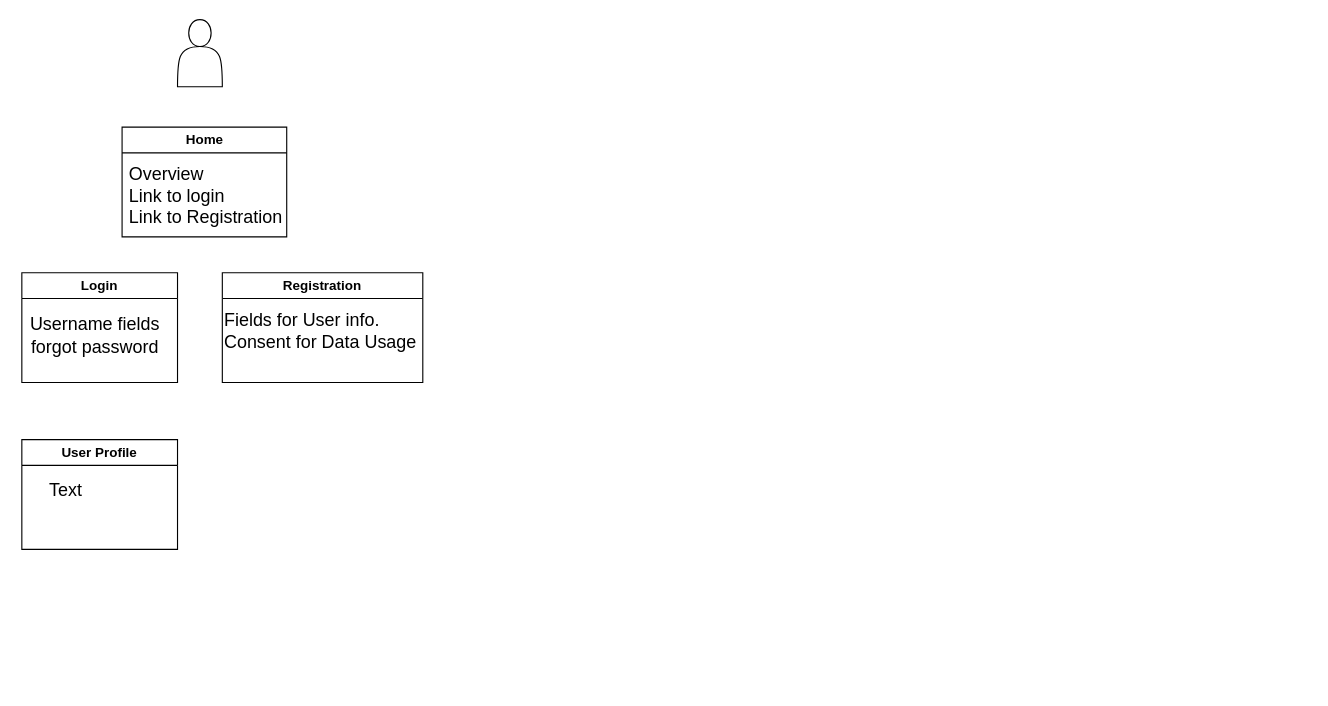
Above: Untitled Diagram.drawio in GabeDavisT/Algorithm_Practice (draw.io), before the change. Source tidied: cells renumbered, new cells numbered last; positions are measured from the earlier drawing's top-left corner, leaving out a move shared by most shapes. Both pictures are drawn from the tidied source at 112%, with x=0, y=0 at pixel (19, 19).
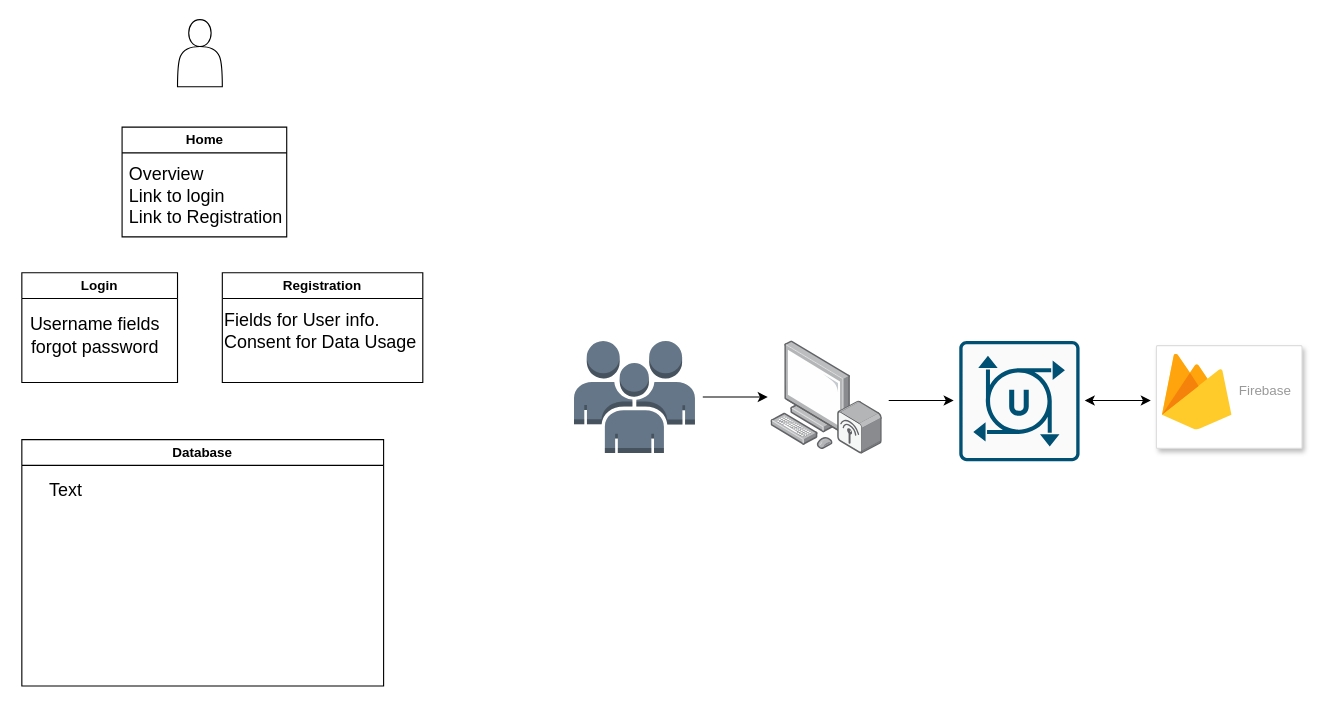
After the change.

Diff of the diagram source:
```diff
@@
-    <mxCell id="9" value="User Profile" style="swimlane;whiteSpace=wrap;html=1;" parent="1" vertex="1">
-      <mxGeometry x="2" y="375" width="139" height="98" as="geometry" />
+    <mxCell id="9" value="Database" style="swimlane;whiteSpace=wrap;html=1;" parent="1" vertex="1">
+      <mxGeometry x="2" y="375" width="323" height="220" as="geometry" />
     </mxCell>
@@
+    <mxCell id="11" style="image;html=1;align=center;shadow=0;dashed=0;image=img/lib/allied_telesis/computer_and_terminals/Personal_Computer_Wireless.svg;imageBackground=none;" parent="1" vertex="1">
+      <mxGeometry x="671" y="286.9" width="99.3" height="101.2" as="geometry" />
+    </mxCell>
+    <mxCell id="12" style="whiteSpace=wrap;html=1;sketch=0;verticalLabelPosition=bottom;verticalAlign=top;shape=mxgraph.cisco19.rect;prIcon=unity;fillColor=#FAFAFA;strokeColor=#005073;" parent="1" vertex="1">
+      <mxGeometry x="839" y="286.9" width="107.4" height="107.4" as="geometry" />
+    </mxCell>
+    <mxCell id="13" style="strokeColor=#dddddd;shadow=1;strokeWidth=1;rounded=1;absoluteArcSize=1;arcSize=2;" parent="1" vertex="1">
+      <mxGeometry x="1015" y="291.1" width="130" height="91.7" as="geometry" />
+    </mxCell>
+    <mxCell id="14" value="Firebase" style="sketch=0;dashed=0;html=1;fillColor=#5184F3;strokeColor=none;shape=mxgraph.gcp2.firebase;labelPosition=right;verticalLabelPosition=middle;align=left;verticalAlign=middle;spacingLeft=5;fontColor=#999999;fontSize=12;" parent="13" vertex="1">
+      <mxGeometry width="62" height="68" relative="1" as="geometry">
+        <mxPoint x="5" y="7" as="offset" />
+      </mxGeometry>
+    </mxCell>
+    <mxCell id="15" style="dashed=0;verticalLabelPosition=bottom;verticalAlign=top;align=center;html=1;shape=mxgraph.aws3.users;fillColor=#647687;fontColor=#ffffff;strokeColor=#314354;" parent="1" vertex="1">
+      <mxGeometry x="495" y="286.9" width="108" height="100" as="geometry" />
+    </mxCell>
+    <mxCell id="16" style="endArrow=classic;startArrow=classic;html=1;rounded=0;" parent="1" edge="1">
+      <mxGeometry relative="1" as="geometry">
+        <mxPoint x="951" y="340.1" as="sourcePoint" />
+        <mxPoint x="1010" y="340.1" as="targetPoint" />
+      </mxGeometry>
+    </mxCell>
+    <mxCell id="17" style="endArrow=classic;html=1;rounded=0;" parent="1" edge="1">
+      <mxGeometry relative="1" as="geometry">
+        <mxPoint x="776" y="340.1" as="sourcePoint" />
+        <mxPoint x="834" y="340.1" as="targetPoint" />
+      </mxGeometry>
+    </mxCell>
+    <mxCell id="18" style="endArrow=classic;html=1;rounded=0;" parent="1" edge="1">
+      <mxGeometry relative="1" as="geometry">
+        <mxPoint x="610" y="337" as="sourcePoint" />
+        <mxPoint x="668" y="337" as="targetPoint" />
+      </mxGeometry>
+    </mxCell>
```
